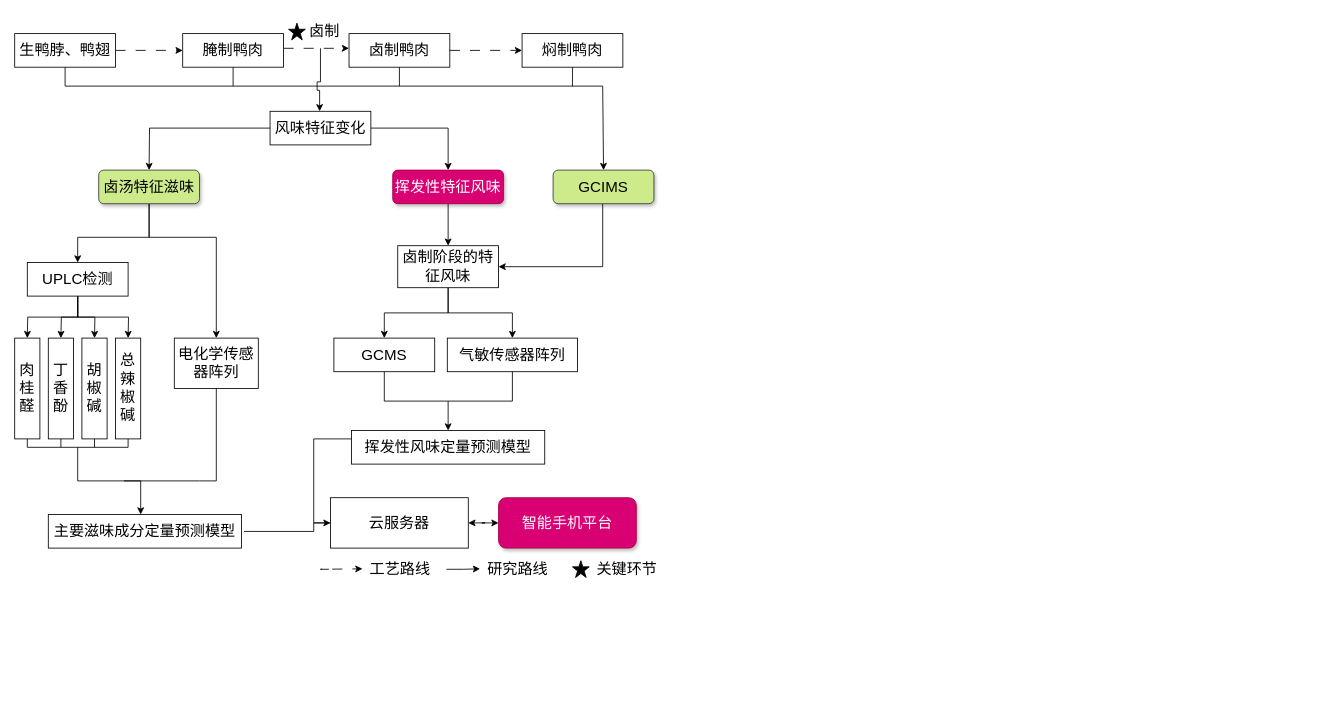
zheng-oh/dragrams keeps this draw.io diagram as zhy.drawio. Above is the earlier version. Source tidied: cells renumbered, new cells numbered last; positions are measured from the earlier drawing's top-left corner, leaving out a move shared by most shapes. Both pictures are drawn from the tidied source at 84%, with x=0, y=0 at pixel (14, 18).
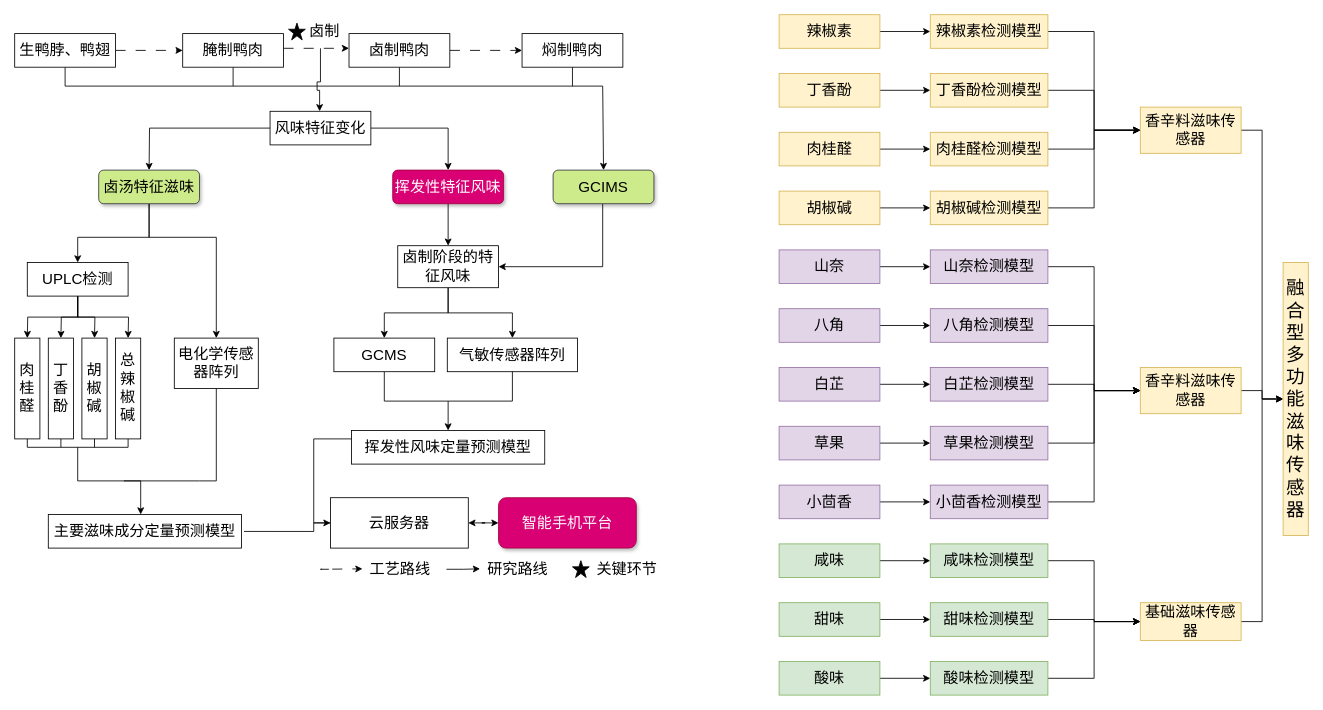
After the change.

Diff of the diagram source:
```diff
@@
+    <mxCell id="68" style="edgeStyle=orthogonalEdgeStyle;rounded=0;jettySize=auto;html=1;entryX=0;entryY=0.5;entryDx=0;entryDy=0;" parent="1" edge="1" source="69" target="95">
+      <mxGeometry relative="1" as="geometry" />
+    </mxCell>
+    <mxCell id="69" value="&lt;span style=&quot;font-size: 18px;&quot;&gt;辣椒素&lt;/span&gt;" style="rounded=0;whiteSpace=wrap;html=1;fillColor=#fff2cc;strokeColor=#d6b656;" parent="1" vertex="1">
+      <mxGeometry x="910" y="-5" width="120" height="40" as="geometry" />
+    </mxCell>
+    <mxCell id="70" style="edgeStyle=orthogonalEdgeStyle;rounded=0;jettySize=auto;html=1;" parent="1" edge="1" source="71" target="97">
+      <mxGeometry relative="1" as="geometry" />
+    </mxCell>
+    <mxCell id="71" value="&lt;span style=&quot;font-size: 18px;&quot;&gt;丁香酚&lt;/span&gt;" style="rounded=0;whiteSpace=wrap;html=1;fillColor=#fff2cc;strokeColor=#d6b656;" parent="1" vertex="1">
+      <mxGeometry x="910" y="65" width="120" height="40" as="geometry" />
+    </mxCell>
+    <mxCell id="72" style="edgeStyle=orthogonalEdgeStyle;rounded=0;jettySize=auto;html=1;entryX=0;entryY=0.5;entryDx=0;entryDy=0;" parent="1" edge="1" source="73" target="99">
+      <mxGeometry relative="1" as="geometry" />
+    </mxCell>
+    <mxCell id="73" value="&lt;span style=&quot;font-size: 18px;&quot;&gt;肉桂醛&lt;/span&gt;" style="rounded=0;whiteSpace=wrap;html=1;fillColor=#fff2cc;strokeColor=#d6b656;" parent="1" vertex="1">
+      <mxGeometry x="910" y="135" width="120" height="40" as="geometry" />
+    </mxCell>
+    <mxCell id="74" style="edgeStyle=orthogonalEdgeStyle;rounded=0;jettySize=auto;html=1;" parent="1" edge="1" source="75" target="101">
+      <mxGeometry relative="1" as="geometry" />
+    </mxCell>
+    <mxCell id="75" value="&lt;span style=&quot;font-size: 18px;&quot;&gt;胡椒碱&lt;/span&gt;" style="rounded=0;whiteSpace=wrap;html=1;fillColor=#fff2cc;strokeColor=#d6b656;" parent="1" vertex="1">
+      <mxGeometry x="910" y="205" width="120" height="40" as="geometry" />
+    </mxCell>
+    <mxCell id="76" style="edgeStyle=orthogonalEdgeStyle;rounded=0;jettySize=auto;html=1;entryX=0;entryY=0.5;entryDx=0;entryDy=0;" parent="1" edge="1" source="77" target="103">
+      <mxGeometry relative="1" as="geometry" />
+    </mxCell>
+    <mxCell id="77" value="&lt;span style=&quot;font-size: 18px;&quot;&gt;山奈&lt;/span&gt;" style="rounded=0;whiteSpace=wrap;html=1;fillColor=#e1d5e7;strokeColor=#9673a6;" parent="1" vertex="1">
+      <mxGeometry x="910" y="275" width="120" height="40" as="geometry" />
+    </mxCell>
+    <mxCell id="78" style="edgeStyle=orthogonalEdgeStyle;rounded=0;jettySize=auto;html=1;entryX=0;entryY=0.5;entryDx=0;entryDy=0;" parent="1" edge="1" source="79" target="105">
+      <mxGeometry relative="1" as="geometry" />
+    </mxCell>
+    <mxCell id="79" value="&lt;span style=&quot;font-size: 18px;&quot;&gt;八角&lt;/span&gt;" style="rounded=0;whiteSpace=wrap;html=1;fillColor=#e1d5e7;strokeColor=#9673a6;" parent="1" vertex="1">
+      <mxGeometry x="910" y="345" width="120" height="40" as="geometry" />
+    </mxCell>
+    <mxCell id="80" style="edgeStyle=orthogonalEdgeStyle;rounded=0;jettySize=auto;html=1;entryX=0;entryY=0.5;entryDx=0;entryDy=0;" parent="1" edge="1" source="81" target="107">
+      <mxGeometry relative="1" as="geometry" />
+    </mxCell>
+    <mxCell id="81" value="&lt;span style=&quot;font-size: 18px;&quot;&gt;白芷&lt;/span&gt;" style="rounded=0;whiteSpace=wrap;html=1;fillColor=#e1d5e7;strokeColor=#9673a6;" parent="1" vertex="1">
+      <mxGeometry x="910" y="415" width="120" height="40" as="geometry" />
+    </mxCell>
+    <mxCell id="82" style="edgeStyle=orthogonalEdgeStyle;rounded=0;jettySize=auto;html=1;entryX=0;entryY=0.5;entryDx=0;entryDy=0;" parent="1" edge="1" source="83" target="109">
+      <mxGeometry relative="1" as="geometry" />
+    </mxCell>
+    <mxCell id="83" value="&lt;span style=&quot;font-size: 18px;&quot;&gt;草果&lt;/span&gt;" style="rounded=0;whiteSpace=wrap;html=1;fillColor=#e1d5e7;strokeColor=#9673a6;" parent="1" vertex="1">
+      <mxGeometry x="910" y="485" width="120" height="40" as="geometry" />
+    </mxCell>
+    <mxCell id="84" style="edgeStyle=orthogonalEdgeStyle;rounded=0;jettySize=auto;html=1;entryX=0;entryY=0.5;entryDx=0;entryDy=0;" parent="1" edge="1" source="85" target="111">
+      <mxGeometry relative="1" as="geometry" />
+    </mxCell>
+    <mxCell id="85" value="&lt;span style=&quot;font-size: 18px;&quot;&gt;小茴香&lt;/span&gt;" style="rounded=0;whiteSpace=wrap;html=1;fillColor=#e1d5e7;strokeColor=#9673a6;" parent="1" vertex="1">
+      <mxGeometry x="910" y="555" width="120" height="40" as="geometry" />
+    </mxCell>
+    <mxCell id="86" style="edgeStyle=orthogonalEdgeStyle;rounded=0;jettySize=auto;html=1;entryX=0;entryY=0.5;entryDx=0;entryDy=0;" parent="1" edge="1" source="87" target="113">
+      <mxGeometry relative="1" as="geometry" />
+    </mxCell>
+    <mxCell id="87" value="&lt;span style=&quot;font-size: 18px;&quot;&gt;咸味&lt;/span&gt;" style="rounded=0;whiteSpace=wrap;html=1;fillColor=#d5e8d4;strokeColor=#82b366;" parent="1" vertex="1">
+      <mxGeometry x="910" y="625" width="120" height="40" as="geometry" />
+    </mxCell>
+    <mxCell id="88" style="edgeStyle=orthogonalEdgeStyle;rounded=0;jettySize=auto;html=1;entryX=0;entryY=0.5;entryDx=0;entryDy=0;" parent="1" edge="1" source="89" target="115">
+      <mxGeometry relative="1" as="geometry" />
+    </mxCell>
+    <mxCell id="89" value="&lt;span style=&quot;font-size: 18px;&quot;&gt;甜味&lt;/span&gt;" style="rounded=0;whiteSpace=wrap;html=1;fillColor=#d5e8d4;strokeColor=#82b366;" parent="1" vertex="1">
+      <mxGeometry x="910" y="695" width="120" height="40" as="geometry" />
+    </mxCell>
+    <mxCell id="90" style="edgeStyle=orthogonalEdgeStyle;rounded=0;jettySize=auto;html=1;" parent="1" edge="1" source="91" target="117">
+      <mxGeometry relative="1" as="geometry" />
+    </mxCell>
+    <mxCell id="91" value="&lt;span style=&quot;font-size: 18px;&quot;&gt;酸味&lt;/span&gt;" style="rounded=0;whiteSpace=wrap;html=1;fillColor=#d5e8d4;strokeColor=#82b366;" parent="1" vertex="1">
+      <mxGeometry x="910" y="765" width="120" height="40" as="geometry" />
+    </mxCell>
+    <mxCell id="92" style="edgeStyle=orthogonalEdgeStyle;rounded=0;jettySize=auto;html=1;entryX=0;entryY=0.5;entryDx=0;entryDy=0;" parent="1" edge="1" source="93" target="122">
+      <mxGeometry relative="1" as="geometry" />
+    </mxCell>
+    <mxCell id="93" value="&lt;span style=&quot;font-size: 18px;&quot;&gt;香辛料滋味传感器&lt;/span&gt;" style="rounded=0;whiteSpace=wrap;html=1;fillColor=#fff2cc;strokeColor=#d6b656;" parent="1" vertex="1">
+      <mxGeometry x="1340" y="105" width="120" height="55" as="geometry" />
+    </mxCell>
+    <mxCell id="94" style="edgeStyle=orthogonalEdgeStyle;rounded=0;jettySize=auto;html=1;entryX=0;entryY=0.5;entryDx=0;entryDy=0;" parent="1" edge="1" source="95" target="93">
+      <mxGeometry relative="1" as="geometry" />
+    </mxCell>
+    <mxCell id="95" value="&lt;span style=&quot;font-size: 18px;&quot;&gt;辣椒素检测模型&lt;/span&gt;" style="rounded=0;whiteSpace=wrap;html=1;fillColor=#fff2cc;strokeColor=#d6b656;" parent="1" vertex="1">
+      <mxGeometry x="1090" y="-5" width="140" height="40" as="geometry" />
+    </mxCell>
+    <mxCell id="96" style="edgeStyle=orthogonalEdgeStyle;rounded=0;jettySize=auto;html=1;" parent="1" edge="1" source="97" target="93">
+      <mxGeometry relative="1" as="geometry" />
+    </mxCell>
+    <mxCell id="97" value="&lt;span style=&quot;font-size: 18px;&quot;&gt;丁香酚检测模型&lt;/span&gt;" style="rounded=0;whiteSpace=wrap;html=1;fillColor=#fff2cc;strokeColor=#d6b656;" parent="1" vertex="1">
+      <mxGeometry x="1090" y="65" width="140" height="40" as="geometry" />
+    </mxCell>
+    <mxCell id="98" style="edgeStyle=orthogonalEdgeStyle;rounded=0;jettySize=auto;html=1;" parent="1" edge="1" source="99" target="93">
+      <mxGeometry relative="1" as="geometry" />
+    </mxCell>
+    <mxCell id="99" value="&lt;span style=&quot;font-size: 18px;&quot;&gt;肉桂醛检测模型&lt;/span&gt;" style="rounded=0;whiteSpace=wrap;html=1;fillColor=#fff2cc;strokeColor=#d6b656;" parent="1" vertex="1">
+      <mxGeometry x="1090" y="135" width="140" height="40" as="geometry" />
+    </mxCell>
+    <mxCell id="100" style="edgeStyle=orthogonalEdgeStyle;rounded=0;jettySize=auto;html=1;entryX=0;entryY=0.5;entryDx=0;entryDy=0;" parent="1" edge="1" source="101" target="93">
+      <mxGeometry relative="1" as="geometry" />
+    </mxCell>
+    <mxCell id="101" value="&lt;span style=&quot;font-size: 18px;&quot;&gt;胡椒碱检测模型&lt;/span&gt;" style="rounded=0;whiteSpace=wrap;html=1;fillColor=#fff2cc;strokeColor=#d6b656;" parent="1" vertex="1">
+      <mxGeometry x="1090" y="205" width="140" height="40" as="geometry" />
+    </mxCell>
+    <mxCell id="102" style="edgeStyle=orthogonalEdgeStyle;rounded=0;jettySize=auto;html=1;entryX=0;entryY=0.5;entryDx=0;entryDy=0;" parent="1" edge="1" source="103" target="119">
+      <mxGeometry relative="1" as="geometry" />
+    </mxCell>
+    <mxCell id="103" value="&lt;span style=&quot;font-size: 18px;&quot;&gt;山奈检测模型&lt;/span&gt;" style="rounded=0;whiteSpace=wrap;html=1;fillColor=#e1d5e7;strokeColor=#9673a6;" parent="1" vertex="1">
+      <mxGeometry x="1090" y="275" width="140" height="40" as="geometry" />
+    </mxCell>
+    <mxCell id="104" style="edgeStyle=orthogonalEdgeStyle;rounded=0;jettySize=auto;html=1;entryX=0;entryY=0.5;entryDx=0;entryDy=0;" parent="1" edge="1" source="105" target="119">
+      <mxGeometry relative="1" as="geometry" />
+    </mxCell>
+    <mxCell id="105" value="&lt;span style=&quot;font-size: 18px;&quot;&gt;八角检测模型&lt;/span&gt;" style="rounded=0;whiteSpace=wrap;html=1;fillColor=#e1d5e7;strokeColor=#9673a6;" parent="1" vertex="1">
+      <mxGeometry x="1090" y="345" width="140" height="40" as="geometry" />
+    </mxCell>
+    <mxCell id="106" style="edgeStyle=orthogonalEdgeStyle;rounded=0;jettySize=auto;html=1;entryX=0;entryY=0.5;entryDx=0;entryDy=0;" parent="1" edge="1" source="107" target="119">
+      <mxGeometry relative="1" as="geometry" />
+    </mxCell>
+    <mxCell id="107" value="&lt;span style=&quot;font-size: 18px;&quot;&gt;白芷检测模型&lt;/span&gt;" style="rounded=0;whiteSpace=wrap;html=1;fillColor=#e1d5e7;strokeColor=#9673a6;" parent="1" vertex="1">
+      <mxGeometry x="1090" y="415" width="140" height="40" as="geometry" />
+    </mxCell>
+    <mxCell id="108" style="edgeStyle=orthogonalEdgeStyle;rounded=0;jettySize=auto;html=1;entryX=0;entryY=0.5;entryDx=0;entryDy=0;" parent="1" edge="1" source="109" target="119">
+      <mxGeometry relative="1" as="geometry" />
+    </mxCell>
+    <mxCell id="109" value="&lt;span style=&quot;font-size: 18px;&quot;&gt;草果检测模型&lt;/span&gt;" style="rounded=0;whiteSpace=wrap;html=1;fillColor=#e1d5e7;strokeColor=#9673a6;" parent="1" vertex="1">
+      <mxGeometry x="1090" y="485" width="140" height="40" as="geometry" />
+    </mxCell>
+    <mxCell id="110" style="edgeStyle=orthogonalEdgeStyle;rounded=0;jettySize=auto;html=1;entryX=0;entryY=0.5;entryDx=0;entryDy=0;" parent="1" edge="1" source="111" target="119">
+      <mxGeometry relative="1" as="geometry" />
+    </mxCell>
+    <mxCell id="111" value="&lt;span style=&quot;font-size: 18px;&quot;&gt;小茴香检测模型&lt;/span&gt;" style="rounded=0;whiteSpace=wrap;html=1;fillColor=#e1d5e7;strokeColor=#9673a6;" parent="1" vertex="1">
+      <mxGeometry x="1090" y="555" width="140" height="40" as="geometry" />
+    </mxCell>
+    <mxCell id="112" style="edgeStyle=orthogonalEdgeStyle;rounded=0;jettySize=auto;html=1;entryX=0;entryY=0.5;entryDx=0;entryDy=0;" parent="1" edge="1" source="113" target="121">
+      <mxGeometry relative="1" as="geometry" />
+    </mxCell>
+    <mxCell id="113" value="&lt;span style=&quot;font-size: 18px;&quot;&gt;咸味检测模型&lt;/span&gt;" style="rounded=0;whiteSpace=wrap;html=1;fillColor=#d5e8d4;strokeColor=#82b366;" parent="1" vertex="1">
+      <mxGeometry x="1090" y="625" width="140" height="40" as="geometry" />
+    </mxCell>
+    <mxCell id="114" style="edgeStyle=orthogonalEdgeStyle;rounded=0;jettySize=auto;html=1;entryX=0;entryY=0.5;entryDx=0;entryDy=0;" parent="1" edge="1" source="115" target="121">
+      <mxGeometry relative="1" as="geometry" />
+    </mxCell>
+    <mxCell id="115" value="&lt;span style=&quot;font-size: 18px;&quot;&gt;甜味检测模型&lt;/span&gt;" style="rounded=0;whiteSpace=wrap;html=1;fillColor=#d5e8d4;strokeColor=#82b366;" parent="1" vertex="1">
+      <mxGeometry x="1090" y="695" width="140" height="40" as="geometry" />
+    </mxCell>
+    <mxCell id="116" style="edgeStyle=orthogonalEdgeStyle;rounded=0;jettySize=auto;html=1;entryX=0;entryY=0.5;entryDx=0;entryDy=0;" parent="1" edge="1" source="117" target="121">
+      <mxGeometry relative="1" as="geometry" />
+    </mxCell>
+    <mxCell id="117" value="&lt;span style=&quot;font-size: 18px;&quot;&gt;酸味检测模型&lt;/span&gt;" style="rounded=0;whiteSpace=wrap;html=1;fillColor=#d5e8d4;strokeColor=#82b366;" parent="1" vertex="1">
+      <mxGeometry x="1090" y="765" width="140" height="40" as="geometry" />
+    </mxCell>
+    <mxCell id="118" style="edgeStyle=orthogonalEdgeStyle;rounded=0;jettySize=auto;html=1;entryX=0;entryY=0.5;entryDx=0;entryDy=0;" parent="1" edge="1" source="119" target="122">
+      <mxGeometry relative="1" as="geometry" />
+    </mxCell>
+    <mxCell id="119" value="&lt;span style=&quot;font-size: 18px;&quot;&gt;香辛料滋味传感器&lt;/span&gt;" style="rounded=0;whiteSpace=wrap;html=1;fillColor=#fff2cc;strokeColor=#d6b656;" parent="1" vertex="1">
+      <mxGeometry x="1340" y="415" width="120" height="55" as="geometry" />
+    </mxCell>
+    <mxCell id="120" style="edgeStyle=orthogonalEdgeStyle;rounded=0;jettySize=auto;html=1;entryX=0;entryY=0.5;entryDx=0;entryDy=0;" parent="1" edge="1" source="121" target="122">
+      <mxGeometry relative="1" as="geometry" />
+    </mxCell>
+    <mxCell id="121" value="&lt;span style=&quot;font-size: 18px;&quot;&gt;基础滋味传感器&lt;/span&gt;" style="rounded=0;whiteSpace=wrap;html=1;fillColor=#fff2cc;strokeColor=#d6b656;" parent="1" vertex="1">
+      <mxGeometry x="1340" y="695" width="120" height="45" as="geometry" />
+    </mxCell>
+    <mxCell id="122" value="&lt;span style=&quot;font-size: 22px;&quot;&gt;融合型多功能滋味传感器&lt;/span&gt;" style="rounded=0;whiteSpace=wrap;html=1;fillColor=#fff2cc;strokeColor=#d6b656;fontSize=22;" parent="1" vertex="1">
+      <mxGeometry x="1510" y="290" width="30" height="325" as="geometry" />
+    </mxCell>
```
